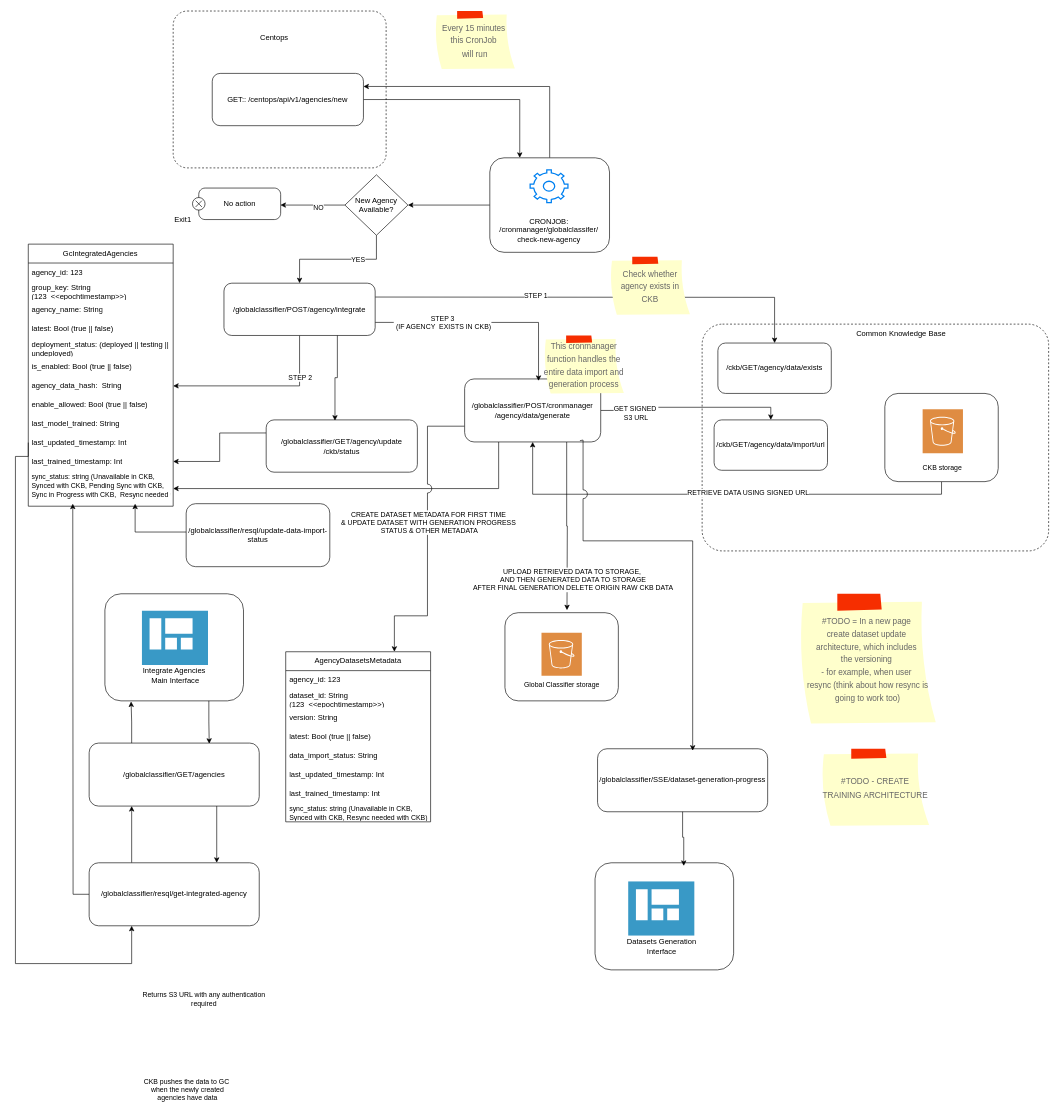
This is page "FIRST-TIME-DATASET-GENERATION" (1 of 5) of docs/achitecture/global-classifier-dataset-pipeline-architecture -v2.drawio from ckittask/Global-Classifier, a draw.io file, before an edit. Source tidied: cells renumbered, new cells numbered last; positions are measured from the earlier drawing's top-left corner, leaving out a move shared by most shapes. Both pictures are drawn from the tidied source at 63%, with x=0, y=0 at pixel (15, 11).
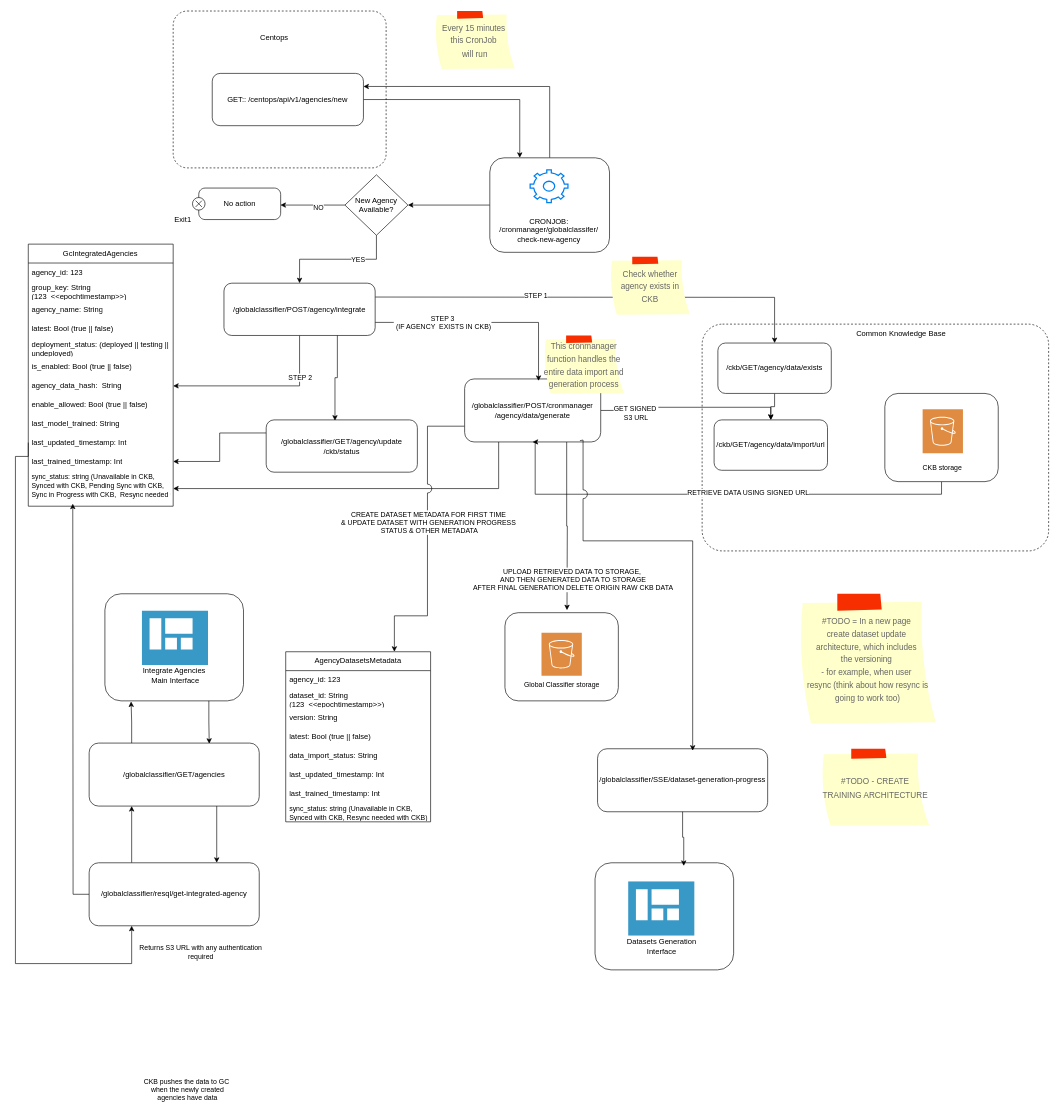
Above is the later version.

Unchanged cells that the change refers to:
```xml
<mxCell id="3" value="/ckb/GET/agency/data/exists" style="rounded=1;whiteSpace=wrap;html=1;" parent="1" vertex="1">
  <mxGeometry x="1115" y="527" width="180" height="80" as="geometry" />
</mxCell>
<mxCell id="11" value="/globalclassifier/POST/cronmanager&lt;div&gt;/agency/data/generate&lt;/div&gt;" style="rounded=1;whiteSpace=wrap;html=1;" parent="1" vertex="1">
  <mxGeometry x="713" y="584" width="216" height="100" as="geometry" />
</mxCell>
<mxCell id="18" style="rounded=1;whiteSpace=wrap;html=1;" parent="1" vertex="1">
  <mxGeometry x="1380" y="607" width="180" height="140" as="geometry" />
</mxCell>
<mxCell id="75" value="/ckb/GET/agency/data/import/url" style="rounded=1;whiteSpace=wrap;html=1;" parent="1" vertex="1">
  <mxGeometry x="1109" y="649" width="180" height="80" as="geometry" />
</mxCell>
```

Diff of the diagram source:
```diff
@@
+    <mxCell id="95" style="edgeStyle=orthogonalEdgeStyle;rounded=0;jettySize=auto;html=1;" parent="1" edge="1" source="3" target="75">
+      <mxGeometry relative="1" as="geometry" />
+    </mxCell>
@@
     <mxCell id="16" style="edgeStyle=orthogonalEdgeStyle;rounded=0;jettySize=auto;html=1;exitX=0.5;exitY=1;exitDx=0;exitDy=0;entryX=0.5;entryY=1;entryDx=0;entryDy=0;" parent="1" edge="1" source="18" target="11">
-      <mxGeometry relative="1" as="geometry" />
+      <mxGeometry relative="1" as="geometry">
+        <Array as="points">
+          <mxPoint x="1470" y="767" />
+          <mxPoint x="825" y="767" />
+          <mxPoint x="825" y="684" />
+        </Array>
+      </mxGeometry>
     </mxCell>
@@
     <mxCell id="21" value="&lt;div style=&quot;font-size: 11px; text-wrap-mode: nowrap;&quot;&gt;&lt;span style=&quot;background-color: light-dark(#ffffff, var(--ge-dark-color, #121212));&quot;&gt;Returns S3 URL with any authentication&lt;/span&gt;&lt;/div&gt;&lt;div style=&quot;font-size: 11px; text-wrap-mode: nowrap;&quot;&gt;&lt;span style=&quot;background-color: light-dark(#ffffff, var(--ge-dark-color, #121212));&quot;&gt;required&lt;/span&gt;&lt;/div&gt;" style="text;html=1;align=center;verticalAlign=middle;whiteSpace=wrap;rounded=0;" parent="1" vertex="1">
-      <mxGeometry x="201" y="1556" width="197" height="25" as="geometry" />
+      <mxGeometry x="196" y="1481" width="197" height="25" as="geometry" />
     </mxCell>
@@
-    <mxCell id="53" style="endArrow=classic;html=1;rounded=0;" parent="1" edge="1">
-      <mxGeometry relative="1" as="geometry">
-        <mxPoint x="301" y="827" as="sourcePoint" />
-        <mxPoint x="190" y="782" as="targetPoint" />
-        <Array as="points">
-          <mxPoint x="190" y="827" />
-        </Array>
-      </mxGeometry>
-    </mxCell>
-    <mxCell id="54" value="/globalclassifier/resql/update-data-import-status" style="rounded=1;whiteSpace=wrap;html=1;" parent="1" vertex="1">
-      <mxGeometry x="271" y="782" width="228" height="100" as="geometry" />
-    </mxCell>
```
